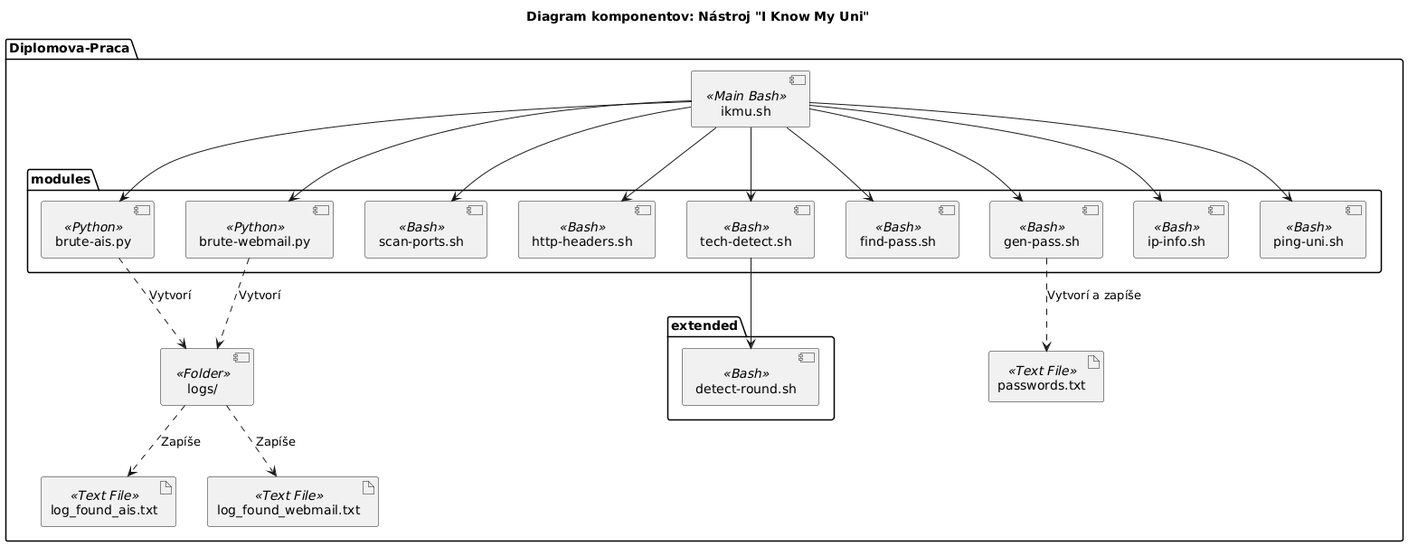
Earlier version of the PlantUML export diagrams/component_diagram.png (majohlavacka/Diplomova-praca).
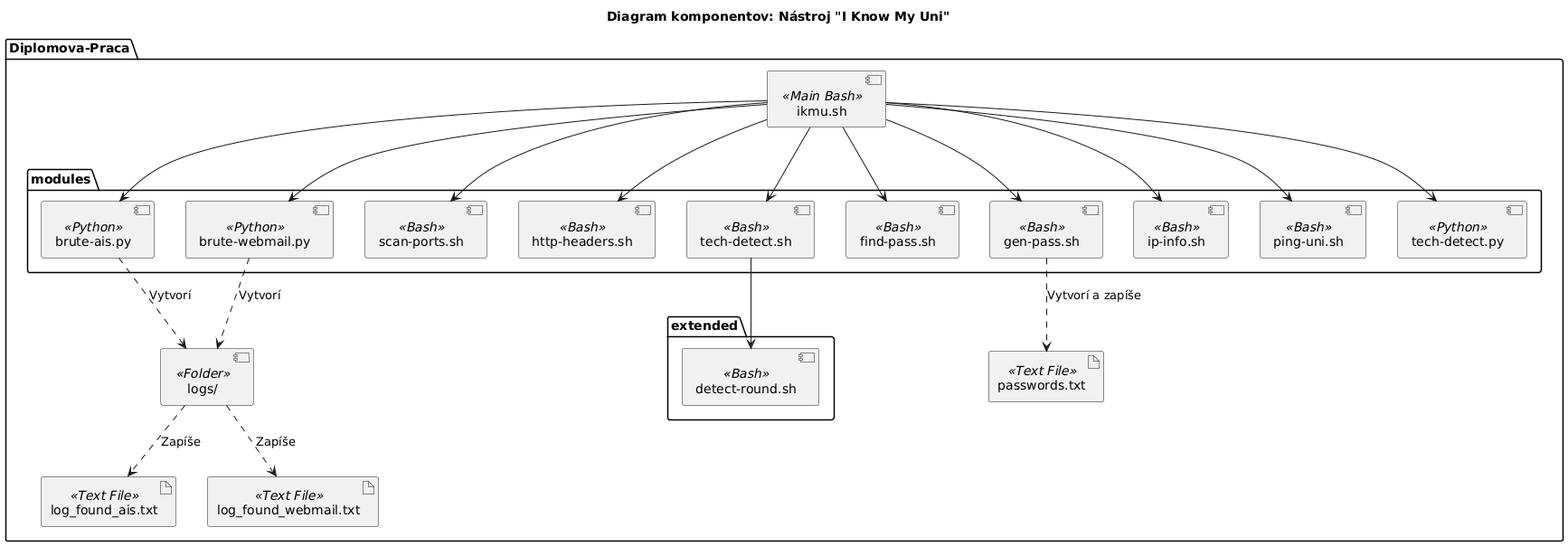
The same diagram one commit later.

What changed in the source:
```diff
@@ -14,6 +14,7 @@
     component "gen-pass.sh" as gen_pass <<Bash>>
     component "ip-info.sh" as ip_info <<Bash>>
     component "ping-uni.sh" as ping_uni <<Bash>>
+    component "tech-detect.py" as tech_detect_python <<Python>>
   }
 
   package extended {
@@ -35,6 +36,7 @@
 ikmu --> ip_info
 ikmu --> tech_detect
 ikmu --> ping_uni
+ikmu --> tech_detect_python
 tech_detect --> detect_round
 
 brute_ais ..> logs : Vytvorí
```
